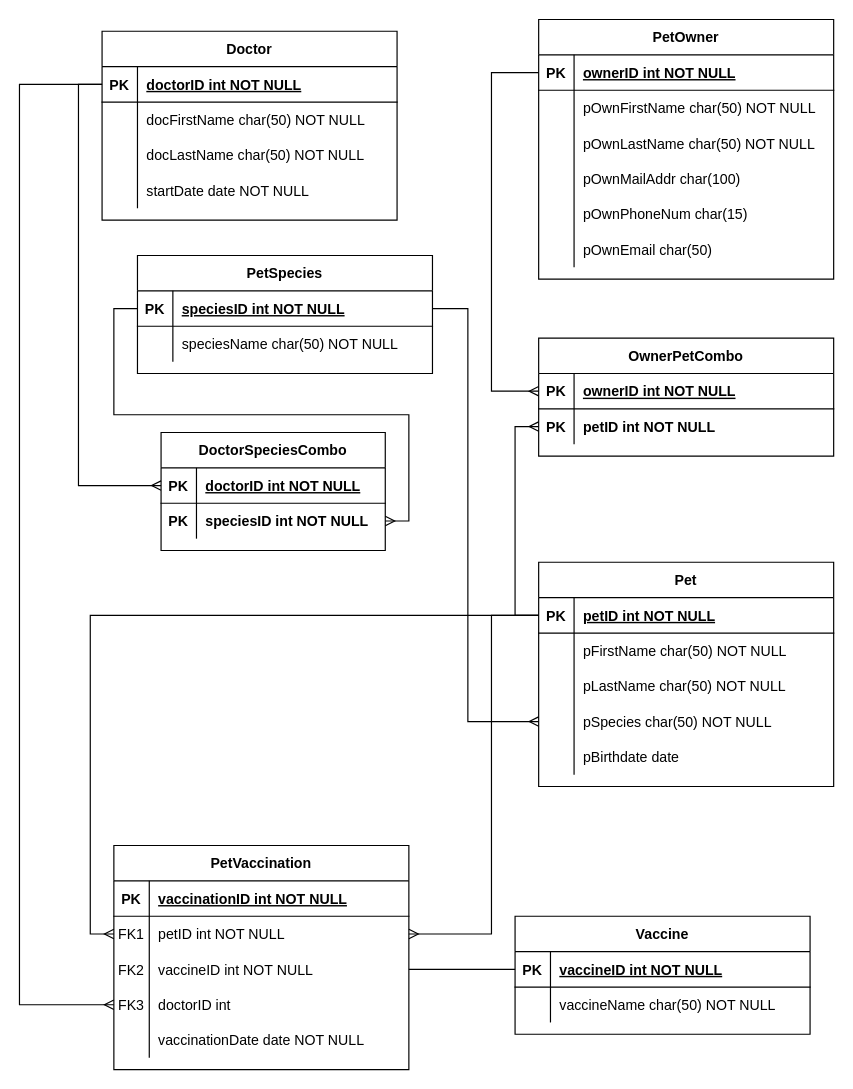
This is SQL stuff/In-class ERDs/pet shop.drawio from The-Software-Guild/git---github-B-Rust, a draw.io file, before an edit. Source tidied: cells renumbered, new cells numbered last; positions are measured from the earlier drawing's top-left corner, leaving out a move shared by most shapes. Both pictures are drawn from the tidied source at 118%, with x=0, y=0 at pixel (19, 19).
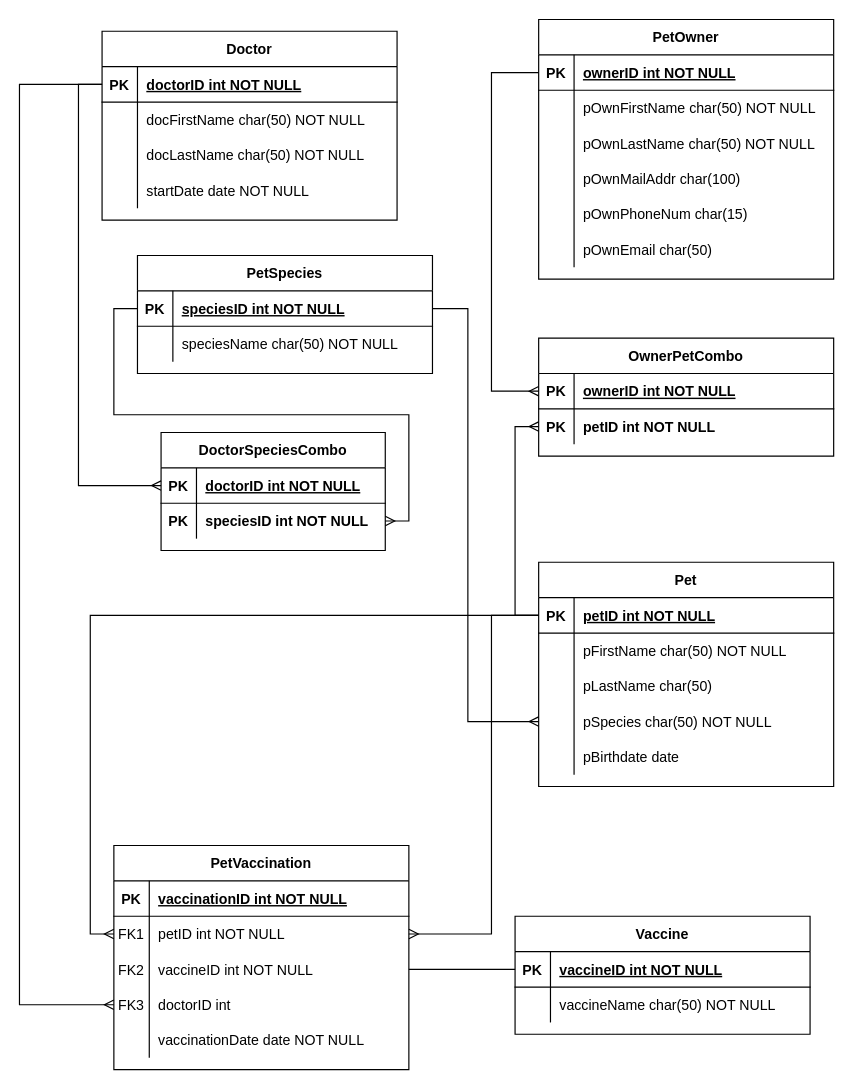
The same diagram, later.

The change refers to these unchanged cells:
```xml
<mxCell id="28" style="shape=partialRectangle;fillColor=none;top=0;left=0;right=0;bottom=0;" parent="21" vertex="1">
  <mxGeometry y="90" width="250" height="30" as="geometry" />
</mxCell>
```

The edit, as a diff of the source:
```diff
@@
-    <mxCell id="30" value="pLastName char(50) NOT NULL" style="shape=partialRectangle;overflow=hidden;fillColor=none;top=0;left=0;bottom=0;right=0;align=left;spacingLeft=6;" parent="28" vertex="1">
+    <mxCell id="30" value="pLastName char(50) " style="shape=partialRectangle;overflow=hidden;fillColor=none;top=0;left=0;bottom=0;right=0;align=left;spacingLeft=6;" parent="28" vertex="1">
       <mxGeometry x="30" width="220" height="30" as="geometry" />
     </mxCell>
```
